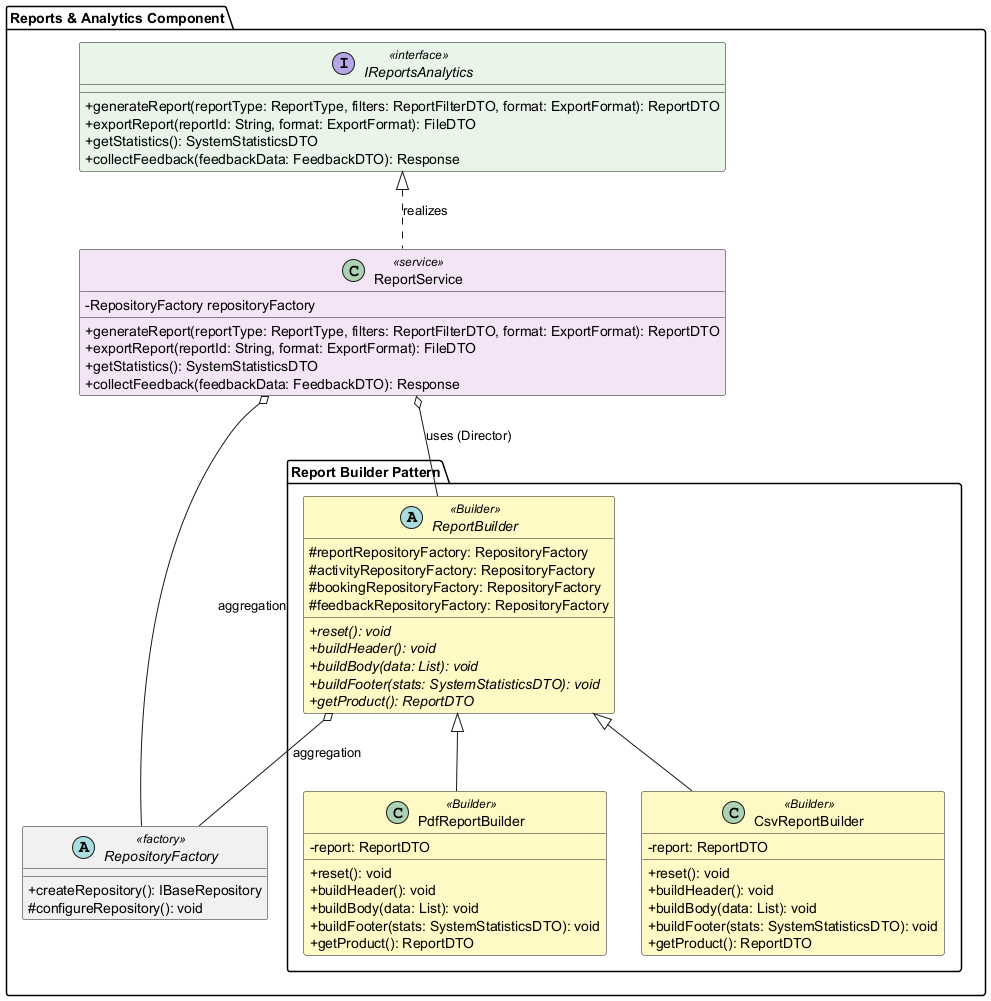
Earlier version of the PlantUML export Milestones/PM_3/Class Diagram/After DP/png/Reports_Analytics_layer.png (AIU-SoftWave/AIU-Trips-And-Events).
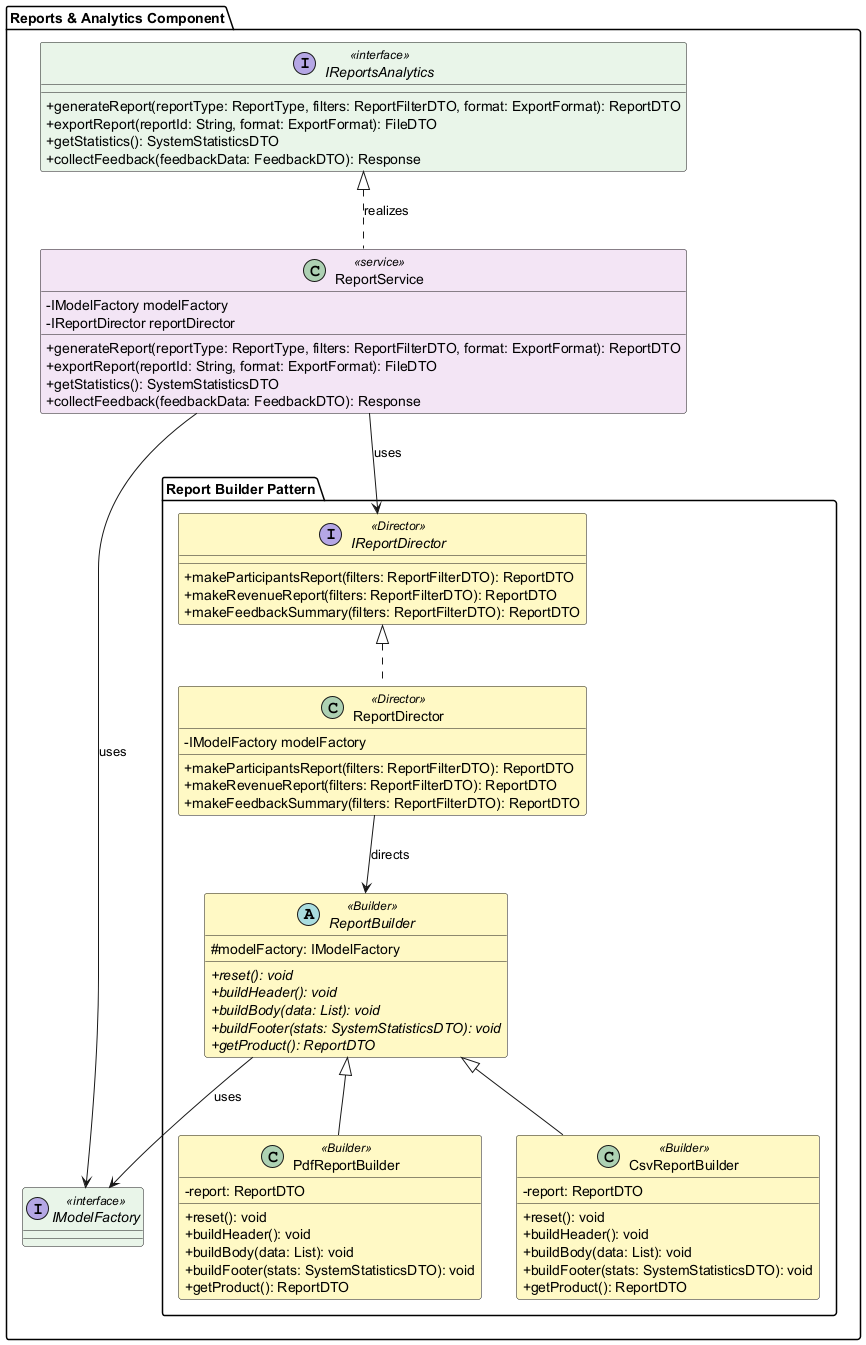
Later version of the same file.

Commit message:
Update class diagram images for design patterns

Diff of the diagram source:
```diff
@@ -14,6 +14,7 @@
     BackgroundColor<<enum>> ENUM_COLOR
     BackgroundColor<<Builder>> BUILDER_COLOR
     BackgroundColor<<Product>> BUILDER_COLOR
+    BackgroundColor<<Director>> BUILDER_COLOR
 }
 
 package "Reports & Analytics Component" {
@@ -25,29 +26,26 @@
         +collectFeedback(feedbackData: FeedbackDTO): Response
     }
 
+    interface IModelFactory <<interface>>
+
     class ReportService <<service>> {
-        -RepositoryFactory repositoryFactory
+        -IModelFactory modelFactory
+        -IReportDirector reportDirector
         +generateReport(reportType: ReportType, filters: ReportFilterDTO, format: ExportFormat): ReportDTO
         +exportReport(reportId: String, format: ExportFormat): FileDTO
         +getStatistics(): SystemStatisticsDTO
         +collectFeedback(feedbackData: FeedbackDTO): Response
     }
 
-    abstract class RepositoryFactory <<factory>> {
-        +createRepository(): IBaseRepository
-        #configureRepository(): void
-    }
     package "Report Builder Pattern" {
         skinparam class {
             BackgroundColor<<Product>> BUILDER_COLOR
             BackgroundColor<<Builder>> BUILDER_COLOR
+            BackgroundColor<<Director>> BUILDER_COLOR
         }
 
         abstract class ReportBuilder <<Builder>> {
-            #reportRepositoryFactory: RepositoryFactory
-            #activityRepositoryFactory: RepositoryFactory
-            #bookingRepositoryFactory: RepositoryFactory
-            #feedbackRepositoryFactory: RepositoryFactory
+            #modelFactory: IModelFactory
             +{abstract} reset(): void
             +{abstract} buildHeader(): void
             +{abstract} buildBody(data: List): void
@@ -74,15 +72,29 @@
             +getProduct(): ReportDTO
         }
 
+        interface IReportDirector <<Director>> {
+            +makeParticipantsReport(filters: ReportFilterDTO): ReportDTO
+            +makeRevenueReport(filters: ReportFilterDTO): ReportDTO
+            +makeFeedbackSummary(filters: ReportFilterDTO): ReportDTO
+        }
+        class ReportDirector <<Director>> {
+            -IModelFactory modelFactory
+            +makeParticipantsReport(filters: ReportFilterDTO): ReportDTO
+            +makeRevenueReport(filters: ReportFilterDTO): ReportDTO
+            +makeFeedbackSummary(filters: ReportFilterDTO): ReportDTO
+        }
+
         ReportBuilder <|-- PdfReportBuilder
         ReportBuilder <|-- CsvReportBuilder
 
-        ReportBuilder o-- RepositoryFactory : aggregation
+        ReportBuilder --> IModelFactory : uses
+        IReportDirector <|.. ReportDirector
+        ReportDirector --> ReportBuilder : directs
     }
 
     IReportsAnalytics <|.. ReportService : realizes
-    ReportService o-- RepositoryFactory : aggregation
-    ReportService o-- ReportBuilder : "uses (Director)"
+    ReportService --> IModelFactory : uses
+    ReportService --> IReportDirector : uses
 }
 
 @enduml
```
